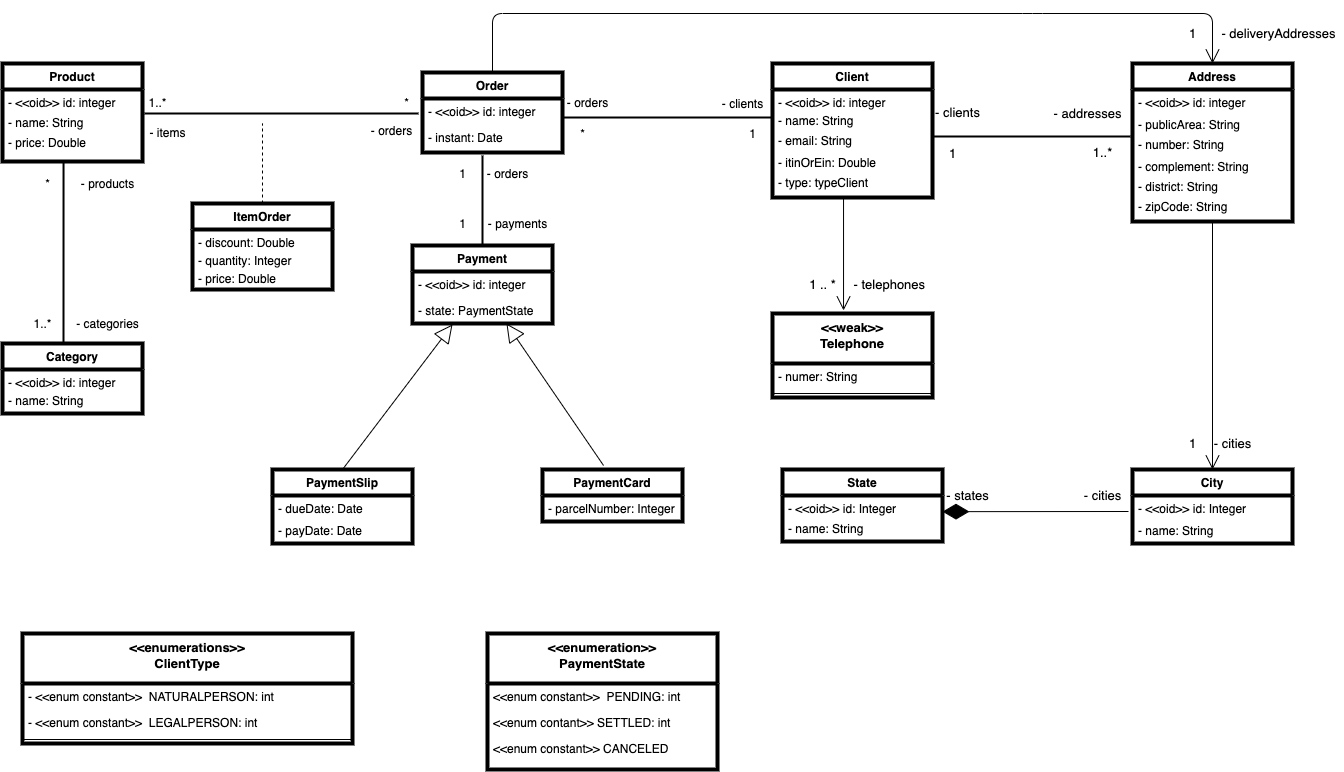
The draw.io diagram model-conceptual-score/class-diagram-release:1.0.png in Relesi/class-diagram, before a commit. Source tidied: cells renumbered, new cells last; positions are measured from the earlier drawing's top-left corner, leaving out a move shared by most shapes.
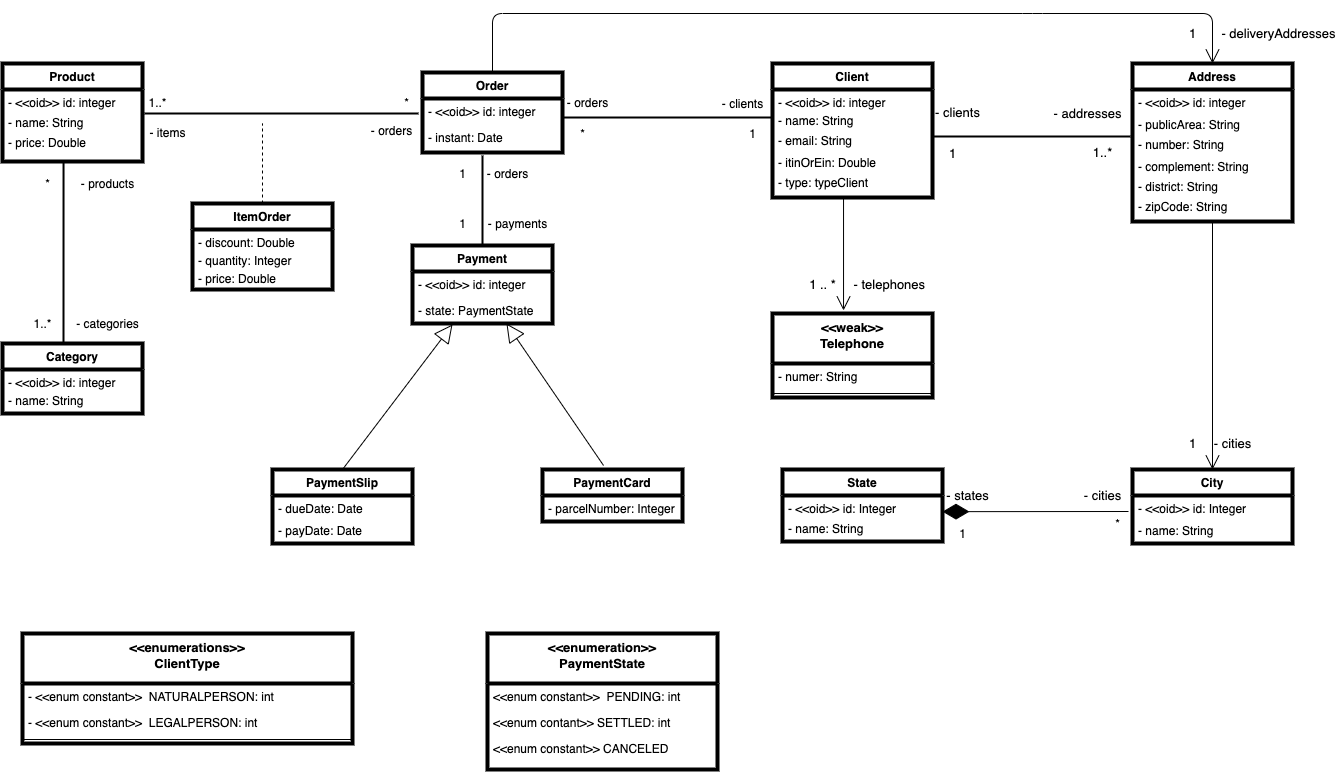
The same diagram one commit later.

Diff of the diagram source:
```diff
@@ -303,5 +303,11 @@
     <mxCell id="94" style="line;strokeWidth=1;fillColor=none;align=left;verticalAlign=middle;spacingTop=-1;spacingLeft=3;spacingRight=3;labelPosition=right;" parent="91" vertex="1">
       <mxGeometry y="102" width="330" height="8" as="geometry" />
     </mxCell>
+    <mxCell id="95" value="1" style="text;html=1;align=center;verticalAlign=middle;strokeColor=none;" parent="1" vertex="1">
+      <mxGeometry x="950" y="510" width="20" height="20" as="geometry" />
+    </mxCell>
+    <mxCell id="96" value="*" style="text;html=1;align=center;verticalAlign=middle;strokeColor=none;" parent="1" vertex="1">
+      <mxGeometry x="1105" y="500" width="20" height="20" as="geometry" />
+    </mxCell>
   </root>
 </mxGraphModel>
```
